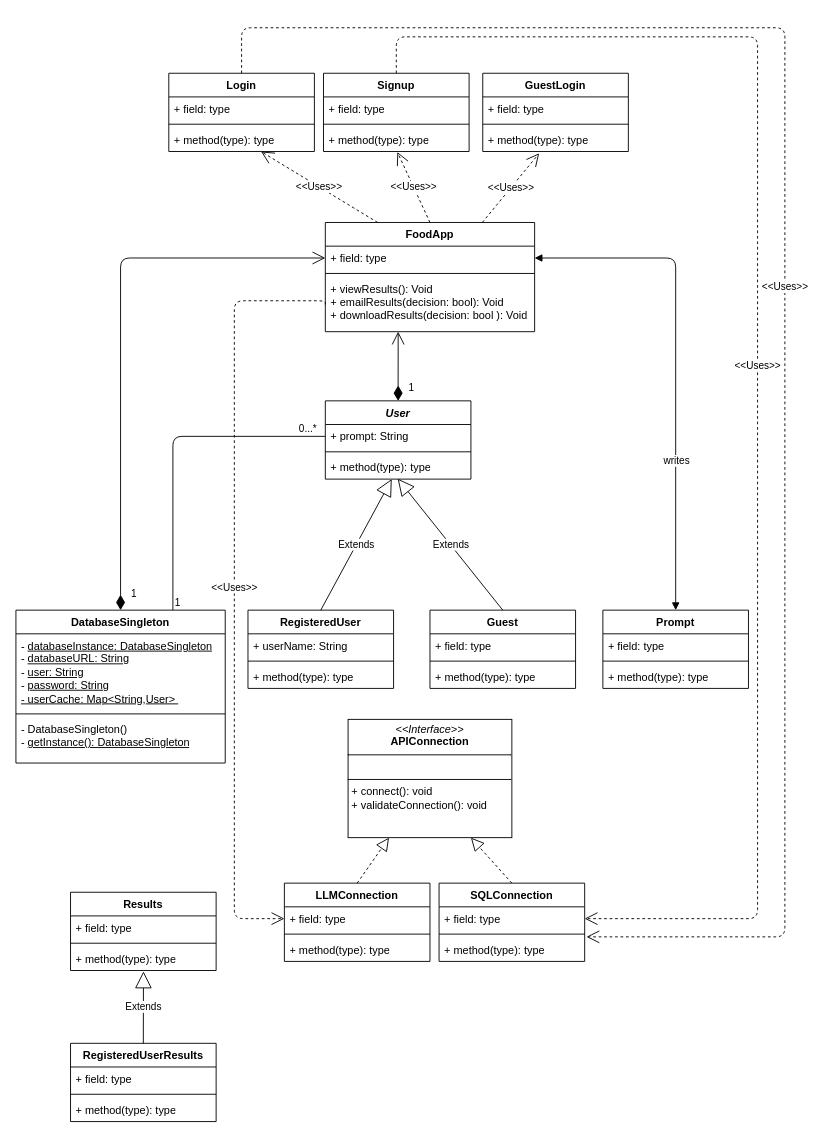
Earlier version of the draw.io diagram page "Business_layer" (1 of 2) of diagrams/project_UML.drawio (Mark-Guerta/SENG401_project_group14_L01). Source tidied: cells renumbered, new cells numbered last; positions are measured from the earlier drawing's top-left corner, leaving out a move shared by most shapes. Both pictures are drawn from the tidied source at 91%, with x=0, y=0 at pixel (15, 27).
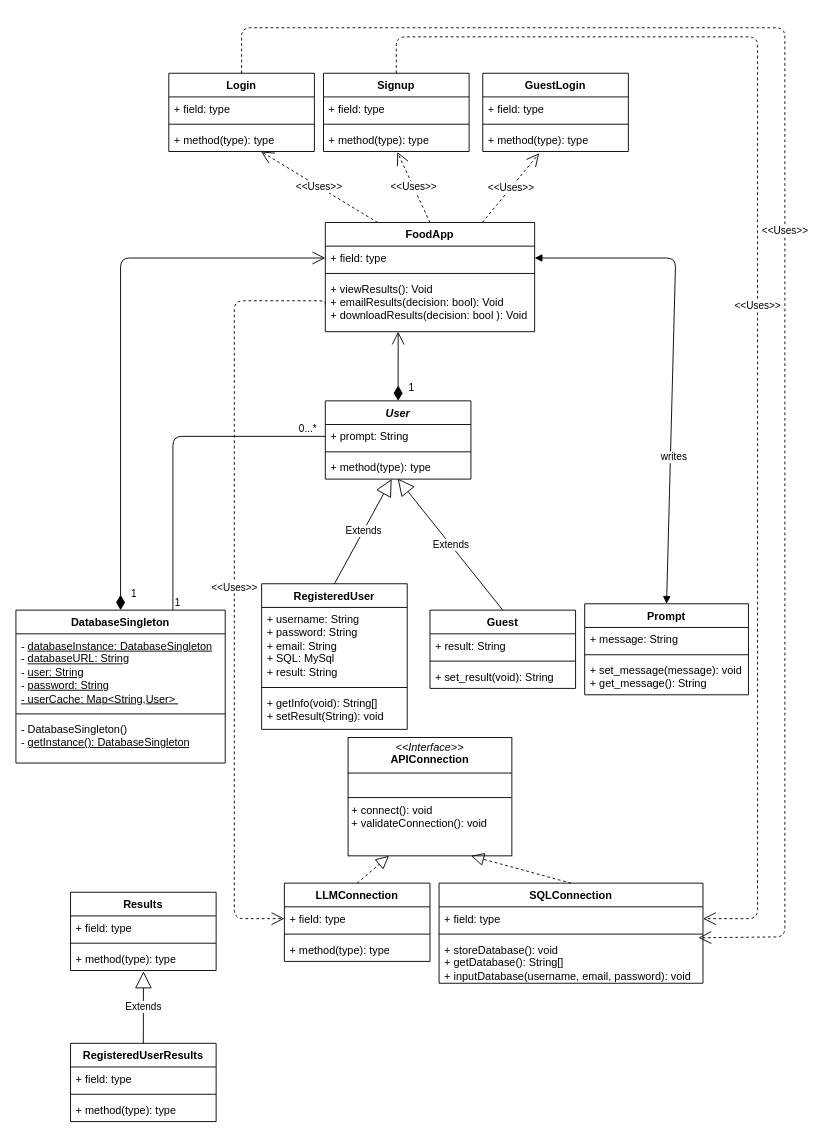
The same page after the edit.

Commit message (it also covers changes not shown here):
Matched UML to classes, added some methods to classes, and added some attributes to classes.

Unchanged cells that the change refers to:
```xml
<mxCell id="10" value="Guest" style="swimlane;fontStyle=1;align=center;verticalAlign=top;horizontal=1;startSize=26;whiteSpace=wrap;html=1;" parent="1" vertex="1">
  <mxGeometry x="455" y="640" width="160" height="86" as="geometry" />
</mxCell>
<mxCell id="14" value="Login" style="swimlane;fontStyle=1;align=center;verticalAlign=top;horizontal=1;startSize=26;whiteSpace=wrap;html=1;" parent="1" vertex="1">
  <mxGeometry x="168" y="50" width="160" height="86" as="geometry" />
</mxCell>
```

Change to the diagram source:
```diff
@@
     <mxCell id="6" value="RegisteredUser" style="swimlane;fontStyle=1;align=center;verticalAlign=top;horizontal=1;startSize=26;whiteSpace=wrap;html=1;" parent="1" vertex="1">
-      <mxGeometry x="255" y="640" width="160" height="86" as="geometry" />
+      <mxGeometry x="270" y="611" width="160" height="160" as="geometry" />
     </mxCell>
-    <mxCell id="7" value="+ userName: String" style="text;strokeColor=none;fillColor=none;align=left;verticalAlign=top;spacingLeft=4;spacingRight=4;overflow=hidden;whiteSpace=wrap;html=1;" parent="6" vertex="1">
-      <mxGeometry y="26" width="160" height="26" as="geometry" />
+    <mxCell id="7" value="+ username: String&lt;div&gt;+ password: String&lt;/div&gt;&lt;div&gt;+ email: String&lt;/div&gt;&lt;div&gt;+ SQL: MySql&lt;/div&gt;&lt;div&gt;+ result: String&lt;/div&gt;" style="text;strokeColor=none;fillColor=none;align=left;verticalAlign=top;spacingLeft=4;spacingRight=4;overflow=hidden;whiteSpace=wrap;html=1;" parent="6" vertex="1">
+      <mxGeometry y="26" width="160" height="84" as="geometry" />
     </mxCell>
     <mxCell id="8" style="line;strokeWidth=1;fillColor=none;align=left;verticalAlign=middle;spacingTop=-1;spacingLeft=3;spacingRight=3;labelPosition=right;strokeColor=inherit;" parent="6" vertex="1">
-      <mxGeometry y="52" width="160" height="8" as="geometry" />
+      <mxGeometry y="110" width="160" height="8" as="geometry" />
     </mxCell>
-    <mxCell id="9" value="+ method(type): type" style="text;strokeColor=none;fillColor=none;align=left;verticalAlign=top;spacingLeft=4;spacingRight=4;overflow=hidden;whiteSpace=wrap;html=1;" parent="6" vertex="1">
-      <mxGeometry y="60" width="160" height="26" as="geometry" />
+    <mxCell id="9" value="+ getInfo(void): String[]&lt;br&gt;+ setResult(String): void" style="text;strokeColor=none;fillColor=none;align=left;verticalAlign=top;spacingLeft=4;spacingRight=4;overflow=hidden;whiteSpace=wrap;html=1;" parent="6" vertex="1">
+      <mxGeometry y="118" width="160" height="42" as="geometry" />
     </mxCell>
@@
-    <mxCell id="11" value="+ field: type" style="text;strokeColor=none;fillColor=none;align=left;verticalAlign=top;spacingLeft=4;spacingRight=4;overflow=hidden;whiteSpace=wrap;html=1;" parent="10" vertex="1">
+    <mxCell id="11" value="+ result: String" style="text;strokeColor=none;fillColor=none;align=left;verticalAlign=top;spacingLeft=4;spacingRight=4;overflow=hidden;whiteSpace=wrap;html=1;" parent="10" vertex="1">
       <mxGeometry y="26" width="160" height="26" as="geometry" />
     </mxCell>
@@
-    <mxCell id="13" value="+ method(type): type" style="text;strokeColor=none;fillColor=none;align=left;verticalAlign=top;spacingLeft=4;spacingRight=4;overflow=hidden;whiteSpace=wrap;html=1;" parent="10" vertex="1">
+    <mxCell id="13" value="+ set_result(void): String" style="text;strokeColor=none;fillColor=none;align=left;verticalAlign=top;spacingLeft=4;spacingRight=4;overflow=hidden;whiteSpace=wrap;html=1;" parent="10" vertex="1">
       <mxGeometry y="60" width="160" height="26" as="geometry" />
     </mxCell>
@@
     <mxCell id="26" value="Prompt" style="swimlane;fontStyle=1;align=center;verticalAlign=top;horizontal=1;startSize=26;whiteSpace=wrap;html=1;" parent="1" vertex="1">
-      <mxGeometry x="645" y="640" width="160" height="86" as="geometry" />
+      <mxGeometry x="625" y="633" width="180" height="100" as="geometry" />
     </mxCell>
-    <mxCell id="27" value="+ field: type" style="text;strokeColor=none;fillColor=none;align=left;verticalAlign=top;spacingLeft=4;spacingRight=4;overflow=hidden;whiteSpace=wrap;html=1;" parent="26" vertex="1">
-      <mxGeometry y="26" width="160" height="26" as="geometry" />
+    <mxCell id="27" value="+ message: String" style="text;strokeColor=none;fillColor=none;align=left;verticalAlign=top;spacingLeft=4;spacingRight=4;overflow=hidden;whiteSpace=wrap;html=1;" parent="26" vertex="1">
+      <mxGeometry y="26" width="180" height="26" as="geometry" />
     </mxCell>
     <mxCell id="28" style="line;strokeWidth=1;fillColor=none;align=left;verticalAlign=middle;spacingTop=-1;spacingLeft=3;spacingRight=3;labelPosition=right;strokeColor=inherit;" parent="26" vertex="1">
-      <mxGeometry y="52" width="160" height="8" as="geometry" />
+      <mxGeometry y="52" width="180" height="8" as="geometry" />
     </mxCell>
-    <mxCell id="29" value="+ method(type): type" style="text;strokeColor=none;fillColor=none;align=left;verticalAlign=top;spacingLeft=4;spacingRight=4;overflow=hidden;whiteSpace=wrap;html=1;" parent="26" vertex="1">
-      <mxGeometry y="60" width="160" height="26" as="geometry" />
+    <mxCell id="29" value="+ set_message(message): void&lt;div&gt;+ get_message(): String&lt;/div&gt;" style="text;strokeColor=none;fillColor=none;align=left;verticalAlign=top;spacingLeft=4;spacingRight=4;overflow=hidden;whiteSpace=wrap;html=1;" parent="26" vertex="1">
+      <mxGeometry y="60" width="180" height="40" as="geometry" />
     </mxCell>
@@
     <mxCell id="42" value="SQLConnection" style="swimlane;fontStyle=1;align=center;verticalAlign=top;horizontal=1;startSize=26;whiteSpace=wrap;html=1;" parent="1" vertex="1">
-      <mxGeometry x="465" y="940" width="160" height="86" as="geometry" />
+      <mxGeometry x="465" y="940" width="290" height="110" as="geometry" />
     </mxCell>
     <mxCell id="43" value="+ field: type" style="text;strokeColor=none;fillColor=none;align=left;verticalAlign=top;spacingLeft=4;spacingRight=4;overflow=hidden;points=[[0,0.5],[1,0.5]];portConstraint=eastwest;whiteSpace=wrap;html=1;" parent="42" vertex="1">
-      <mxGeometry y="26" width="160" height="26" as="geometry" />
+      <mxGeometry y="26" width="290" height="26" as="geometry" />
     </mxCell>
     <mxCell id="44" style="line;strokeWidth=1;fillColor=none;align=left;verticalAlign=middle;spacingTop=-1;spacingLeft=3;spacingRight=3;labelPosition=right;strokeColor=inherit;" parent="42" vertex="1">
-      <mxGeometry y="52" width="160" height="8" as="geometry" />
+      <mxGeometry y="52" width="290" height="8" as="geometry" />
     </mxCell>
-    <mxCell id="45" value="+ method(type): type" style="text;strokeColor=none;fillColor=none;align=left;verticalAlign=top;spacingLeft=4;spacingRight=4;overflow=hidden;points=[[0,0.5],[1,0.5]];portConstraint=eastwest;whiteSpace=wrap;html=1;" parent="42" vertex="1">
-      <mxGeometry y="60" width="160" height="26" as="geometry" />
+    <mxCell id="45" value="+ storeDatabase(): void&lt;div&gt;&lt;div&gt;+ getDatabase(): String[]&lt;/div&gt;&lt;/div&gt;&lt;div&gt;+ inputDatabase(username, email, password): void&lt;/div&gt;" style="text;strokeColor=none;fillColor=none;align=left;verticalAlign=top;spacingLeft=4;spacingRight=4;overflow=hidden;points=[[0,0.5],[1,0.5]];portConstraint=eastwest;whiteSpace=wrap;html=1;" parent="42" vertex="1">
+      <mxGeometry y="60" width="290" height="50" as="geometry" />
     </mxCell>
@@
     <mxCell id="50" value="&lt;p style=&quot;margin:0px;margin-top:4px;text-align:center;&quot;&gt;&lt;i&gt;&amp;lt;&amp;lt;Interface&amp;gt;&amp;gt;&lt;/i&gt;&lt;br&gt;&lt;b&gt;APIConnection&lt;/b&gt;&lt;/p&gt;&lt;hr size=&quot;1&quot; style=&quot;border-style:solid;&quot;&gt;&lt;p style=&quot;margin:0px;margin-left:4px;&quot;&gt;&lt;br&gt;&lt;/p&gt;&lt;hr size=&quot;1&quot; style=&quot;border-style:solid;&quot;&gt;&lt;p style=&quot;margin:0px;margin-left:4px;&quot;&gt;+ connect(): void&lt;br&gt;+ validateConnection(): void&lt;/p&gt;" style="verticalAlign=top;align=left;overflow=fill;html=1;whiteSpace=wrap;" parent="1" vertex="1">
-      <mxGeometry x="365" y="760" width="180" height="130" as="geometry" />
+      <mxGeometry x="365" y="780" width="180" height="130" as="geometry" />
     </mxCell>
@@
-    <mxCell id="67" value="&amp;lt;&amp;lt;Uses&amp;gt;&amp;gt;" style="endArrow=open;endSize=12;dashed=1;html=1;exitX=0.5;exitY=0;exitDx=0;exitDy=0;edgeStyle=orthogonalEdgeStyle;entryX=0.5;entryY=0;entryDx=0;entryDy=0;" parent="1" edge="1" source="14">
+    <mxCell id="67" value="&amp;lt;&amp;lt;Uses&amp;gt;&amp;gt;" style="endArrow=open;endSize=12;dashed=1;html=1;exitX=0.5;exitY=0;exitDx=0;exitDy=0;edgeStyle=orthogonalEdgeStyle;entryX=0.983;entryY=0;entryDx=0;entryDy=0;entryPerimeter=0;" parent="1" edge="1" source="14" target="45">
       <mxGeometry relative="1" as="geometry">
-        <mxPoint x="627" y="999" as="targetPoint" />
         <Array as="points">
           <mxPoint x="248" />
           <mxPoint x="845" />
           <mxPoint x="845" y="999" />
         </Array>
       </mxGeometry>
     </mxCell>
```
